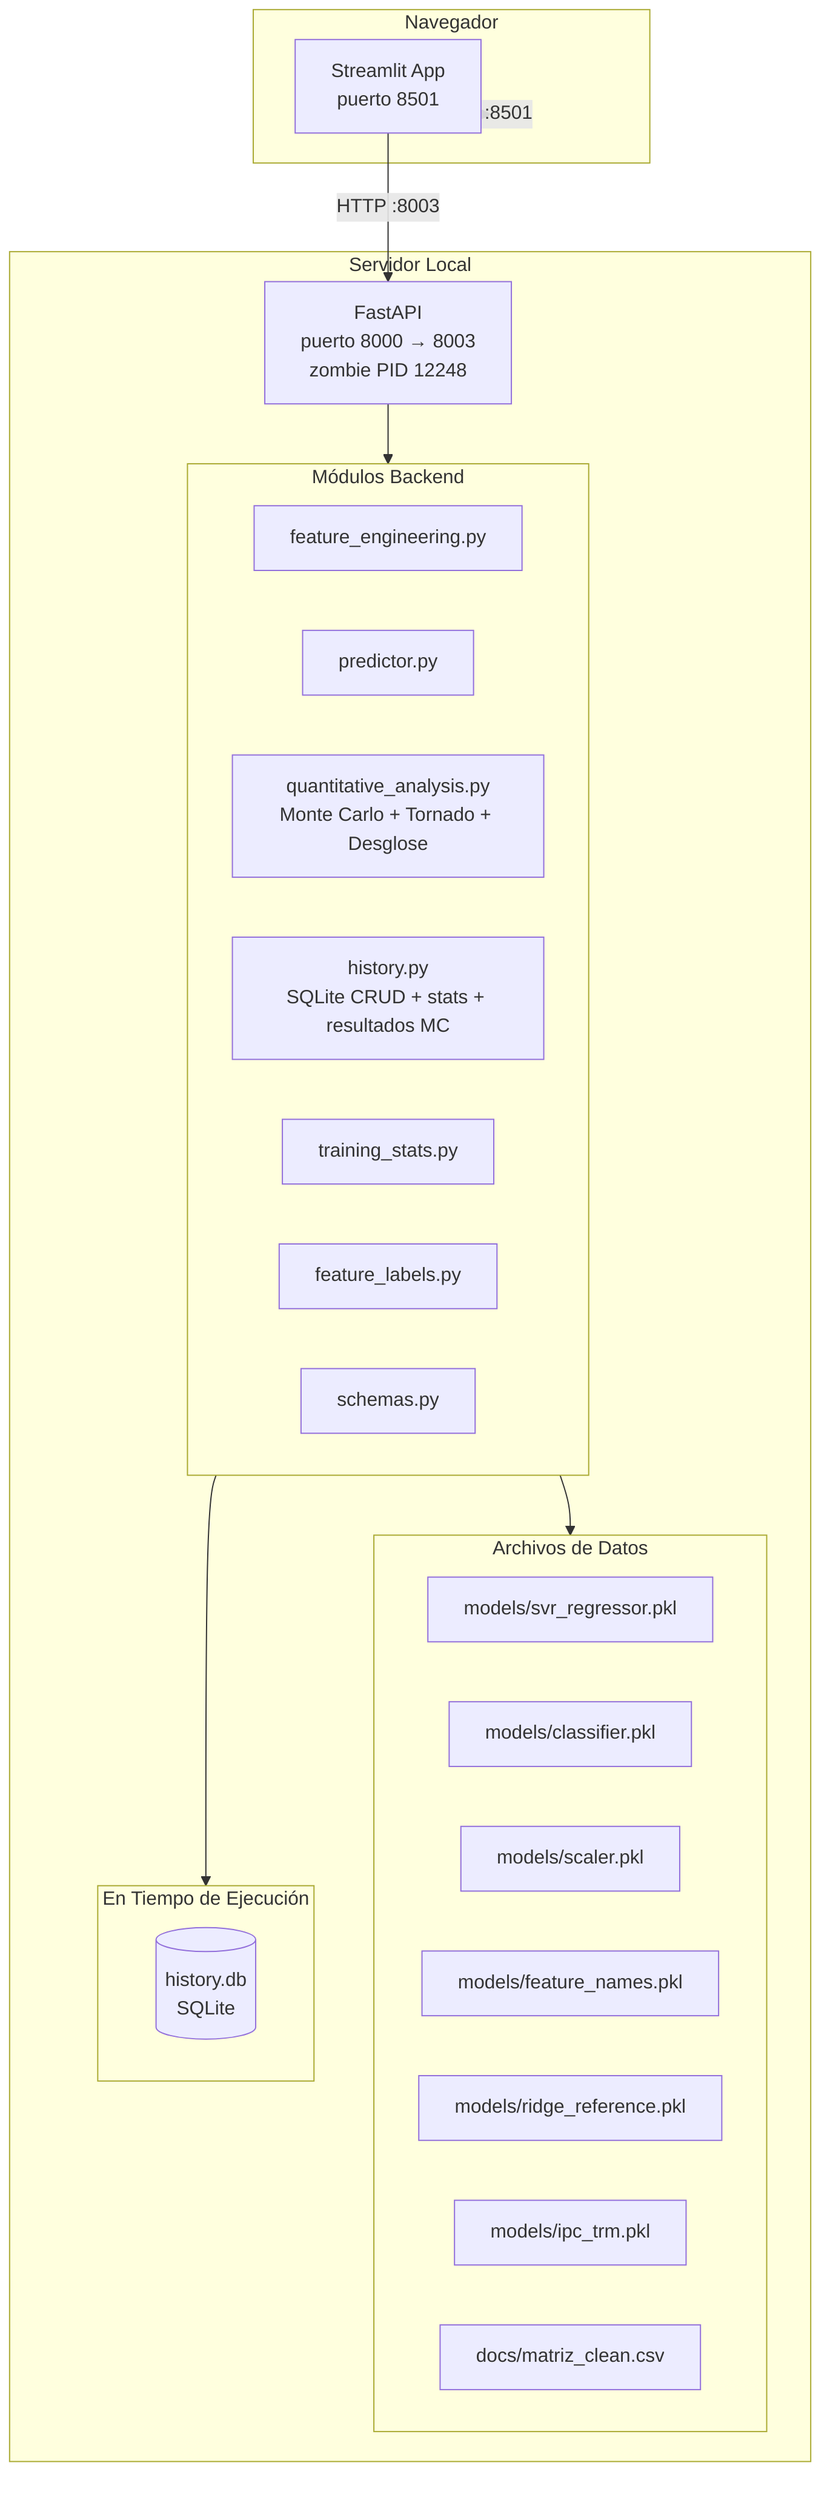
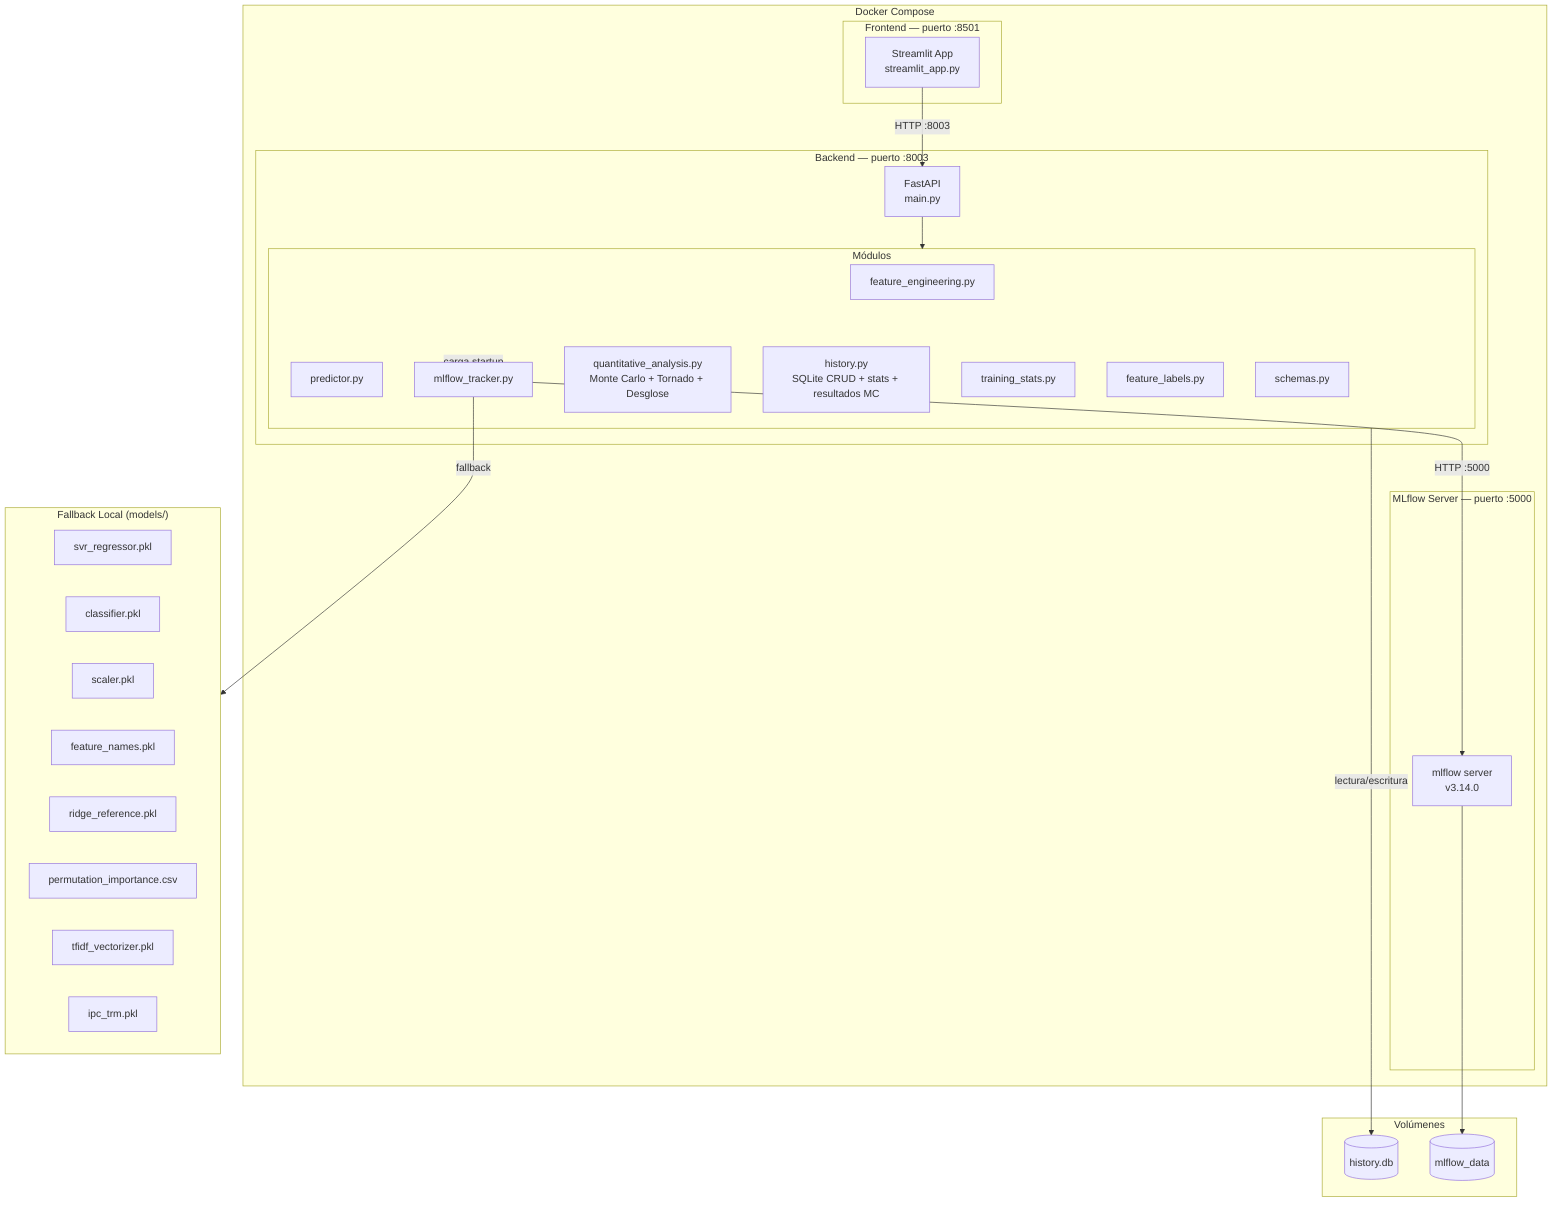
graph TB
-     subgraph Browser["Navegador"]
-         ST[Streamlit App<br/>puerto 8501]
+     subgraph Docker["Docker Compose"]
+ 
+         subgraph FrontendContainer["Frontend — puerto :8501"]
+             ST[Streamlit App<br/>streamlit_app.py]
+         end
+ 
+         subgraph BackendContainer["Backend — puerto :8003"]
+             FA[FastAPI<br/>main.py]
+             subgraph BackendMod["Módulos"]
+                 FE[feature_engineering.py]
+                 PR[predictor.py]
+                 MLFT[mlflow_tracker.py]
+                 QA[quantitative_analysis.py<br/>Monte Carlo + Tornado + Desglose]
+                 H[history.py<br/>SQLite CRUD + stats + resultados MC]
+                 TS[training_stats.py]
+                 FL[feature_labels.py]
+                 SC[schemas.py]
+             end
+         end
+ 
+         subgraph MLflowContainer["MLflow Server — puerto :5000"]
+             ML[mlflow server<br/>v3.14.0]
+         end
+ 
    end

-     subgraph Server["Servidor Local"]
-         FA[FastAPI<br/>puerto 8000 → 8003<br/>zombie PID 12248]
- 
-         subgraph BackendMod["Módulos Backend"]
-             FE[feature_engineering.py]
-             PR[predictor.py]
-             QA[quantitative_analysis.py<br/>Monte Carlo + Tornado + Desglose]
-             H[history.py<br/>SQLite CRUD + stats + resultados MC]
-             TS[training_stats.py]
-             FL[feature_labels.py]
-             SC[schemas.py]
-         end
- 
-         subgraph DataFiles["Archivos de Datos"]
-             M1[models/svr_regressor.pkl]
-             M2[models/classifier.pkl]
-             M3[models/scaler.pkl]
-             M4[models/feature_names.pkl]
-             M5[models/ridge_reference.pkl]
-             M6[models/ipc_trm.pkl]
-             MD[docs/matriz_clean.csv]
-         end
- 
-         subgraph Runtime["En Tiempo de Ejecución"]
-             DB[(history.db<br/>SQLite)]
-         end
+     subgraph Volumes["Volúmenes"]
+         DB[(history.db)]
+         MLDATA[(mlflow_data)]
    end

-     Browser -->|HTTP :8501| ST
+     subgraph LocalModels["Fallback Local (models/)"]
+         M1[svr_regressor.pkl]
+         M2[classifier.pkl]
+         M3[scaler.pkl]
+         M4[feature_names.pkl]
+         M5[ridge_reference.pkl]
+         M6[permutation_importance.csv]
+         M7[tfidf_vectorizer.pkl]
+         M8[ipc_trm.pkl]
+     end
+ 
    ST -->|HTTP :8003| FA
    FA --> BackendMod
-     BackendMod --> DataFiles
-     BackendMod --> Runtime+     BackendMod -->|carga startup| MLFT
+     MLFT -->|HTTP :5000| ML
+     MLFT -->|fallback| LocalModels
+     BackendMod -->|lectura/escritura| DB
+     ML --> MLDATA
